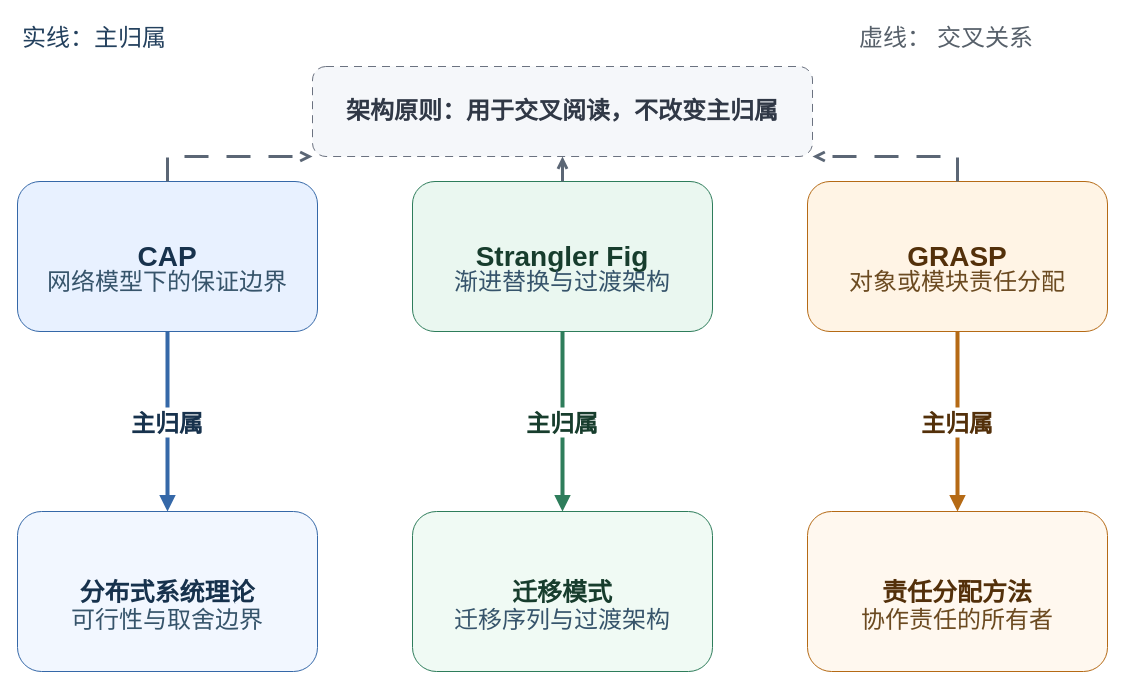
This is diagrams/pr-17-classification-boundaries.drawio from sealday/tego-arch, a draw.io file, before an edit. Source tidied: cells renumbered, new cells numbered last; positions are measured from the earlier drawing's top-left corner, leaving out a move shared by most shapes. Both pictures are drawn from the tidied source at 100%, with x=0, y=0 at pixel (17, 17).
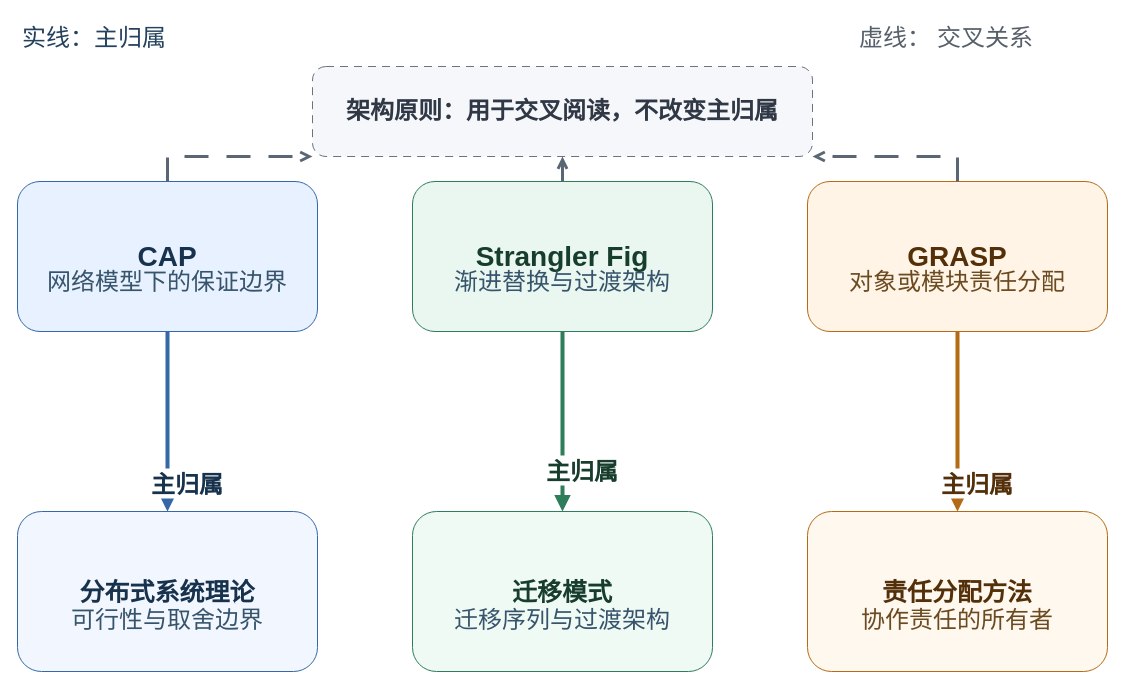
Above is the later version.

Commit message (it also covers changes not shown here):
content: clear pr17 ownership label routing

Unchanged cells that the change refers to:
```xml
<mxCell id="6" value="CAP" style="rounded=1;whiteSpace=wrap;html=0;fillColor=#E8F1FF;strokeColor=#3568A8;fontSize=28;fontStyle=1;fontColor=#17324D;align=center;verticalAlign=middle;" parent="1" vertex="1">
  <mxGeometry y="164" width="300" height="150" as="geometry" />
</mxCell>
<mxCell id="8" value="Strangler Fig" style="rounded=1;whiteSpace=wrap;html=0;fillColor=#EAF7F0;strokeColor=#2E7D5B;fontSize=28;fontStyle=1;fontColor=#173D2D;align=center;verticalAlign=middle;" parent="1" vertex="1">
  <mxGeometry x="395" y="164" width="300" height="150" as="geometry" />
</mxCell>
<mxCell id="10" value="GRASP" style="rounded=1;whiteSpace=wrap;html=0;fillColor=#FFF4E5;strokeColor=#B56A15;fontSize=28;fontStyle=1;fontColor=#53300A;align=center;verticalAlign=middle;" parent="1" vertex="1">
  <mxGeometry x="790" y="164" width="300" height="150" as="geometry" />
</mxCell>
<mxCell id="12" value="分布式系统理论" style="rounded=1;whiteSpace=wrap;html=0;fillColor=#F2F7FF;strokeColor=#3568A8;fontSize=25;fontStyle=1;fontColor=#17324D;align=center;verticalAlign=middle;" parent="1" vertex="1">
  <mxGeometry y="494" width="300" height="160" as="geometry" />
</mxCell>
<mxCell id="14" value="迁移模式" style="rounded=1;whiteSpace=wrap;html=0;fillColor=#F0FAF4;strokeColor=#2E7D5B;fontSize=25;fontStyle=1;fontColor=#173D2D;align=center;verticalAlign=middle;" parent="1" vertex="1">
  <mxGeometry x="395" y="494" width="300" height="160" as="geometry" />
</mxCell>
<mxCell id="16" value="责任分配方法" style="rounded=1;whiteSpace=wrap;html=0;fillColor=#FFF8EF;strokeColor=#B56A15;fontSize=25;fontStyle=1;fontColor=#53300A;align=center;verticalAlign=middle;" parent="1" vertex="1">
  <mxGeometry x="790" y="494" width="300" height="160" as="geometry" />
</mxCell>
```

Diff of the diagram source:
```diff
@@
-    <mxCell id="18" value="主归属" style="edgeStyle=orthogonalEdgeStyle;rounded=0;jettySize=auto;html=0;strokeColor=#3568A8;strokeWidth=4;endArrow=block;endFill=1;fontSize=24;fontStyle=1;fontColor=#17324D;labelBackgroundColor=#FFFFFF;" parent="1" edge="1" source="6" target="12">
-      <mxGeometry relative="1" as="geometry" />
+    <mxCell id="18" value="主归属" style="edgeStyle=orthogonalEdgeStyle;rounded=0;jettySize=auto;html=0;strokeColor=#3568A8;strokeWidth=4;endArrow=block;endFill=1;fontSize=24;fontStyle=1;fontColor=#17324D;" parent="1" edge="1" source="6" target="12">
+      <mxGeometry x="0.68" relative="1" as="geometry">
+        <mxPoint x="20" as="offset" />
+      </mxGeometry>
     </mxCell>
-    <mxCell id="19" value="主归属" style="edgeStyle=orthogonalEdgeStyle;rounded=0;jettySize=auto;html=0;strokeColor=#2E7D5B;strokeWidth=4;endArrow=block;endFill=1;fontSize=24;fontStyle=1;fontColor=#173D2D;labelBackgroundColor=#FFFFFF;" parent="1" edge="1" source="8" target="14">
-      <mxGeometry relative="1" as="geometry" />
+    <mxCell id="19" value="主归属" style="edgeStyle=orthogonalEdgeStyle;rounded=0;jettySize=auto;html=0;strokeColor=#2E7D5B;strokeWidth=4;endArrow=block;endFill=1;fontSize=24;fontStyle=1;fontColor=#173D2D;" parent="1" edge="1" source="8" target="14">
+      <mxGeometry x="0.53" relative="1" as="geometry">
+        <mxPoint x="20" as="offset" />
+      </mxGeometry>
     </mxCell>
-    <mxCell id="20" value="主归属" style="edgeStyle=orthogonalEdgeStyle;rounded=0;jettySize=auto;html=0;strokeColor=#B56A15;strokeWidth=4;endArrow=block;endFill=1;fontSize=24;fontStyle=1;fontColor=#53300A;labelBackgroundColor=#FFFFFF;" parent="1" edge="1" source="10" target="16">
-      <mxGeometry relative="1" as="geometry" />
+    <mxCell id="20" value="主归属" style="edgeStyle=orthogonalEdgeStyle;rounded=0;jettySize=auto;html=0;strokeColor=#B56A15;strokeWidth=4;endArrow=block;endFill=1;fontSize=24;fontStyle=1;fontColor=#53300A;" parent="1" edge="1" source="10" target="16">
+      <mxGeometry x="0.68" relative="1" as="geometry">
+        <mxPoint x="20" as="offset" />
+      </mxGeometry>
     </mxCell>
```
